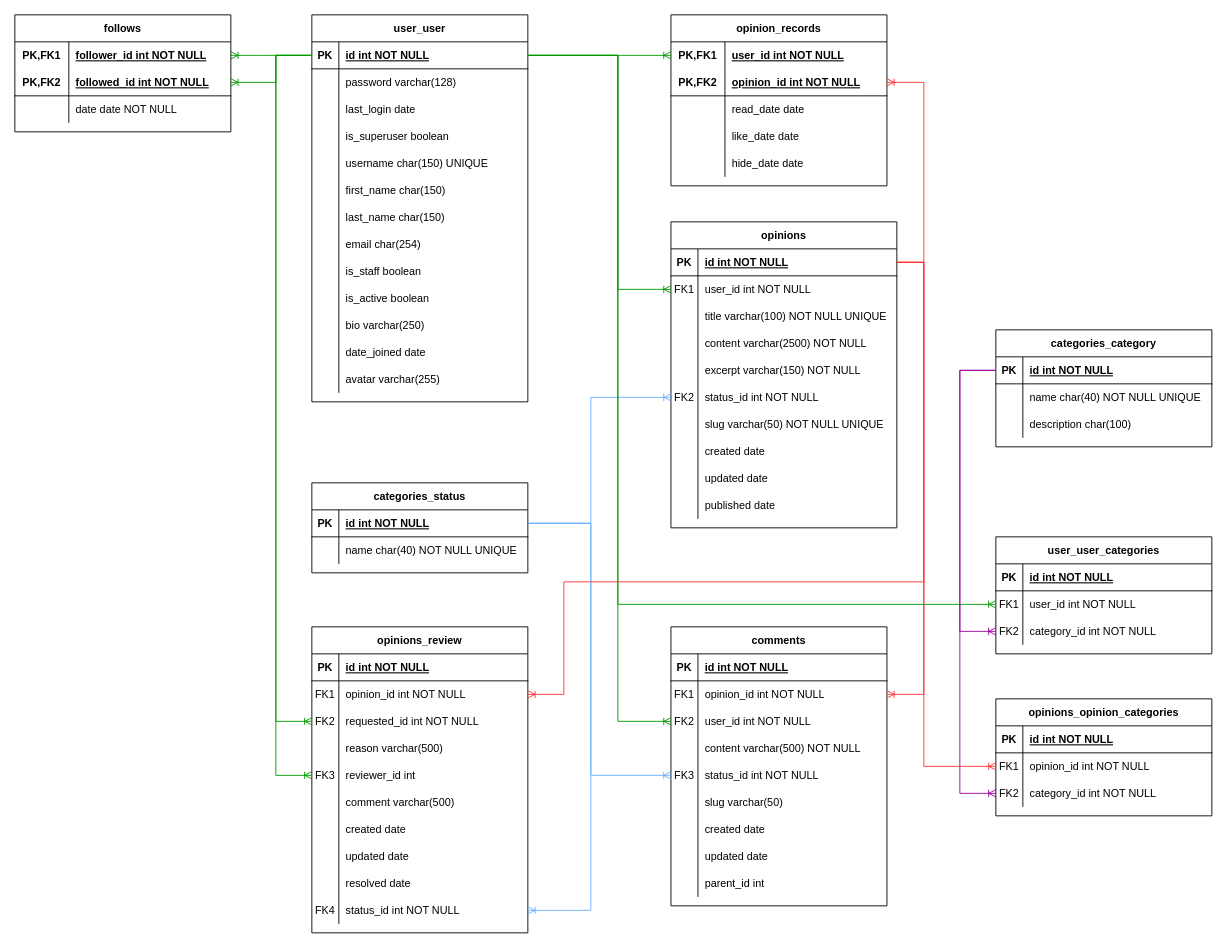
The draw.io diagram page "database-schema" (1 of 14) of doc/design/soapbox.drawio in ibuttimer/soapbox, before the edit. Source tidied: cells renumbered, new cells numbered last; positions are measured from the earlier drawing's top-left corner, leaving out a move shared by most shapes. Both pictures are drawn from the tidied source at 90%, with x=0, y=0 at pixel (14, 14).
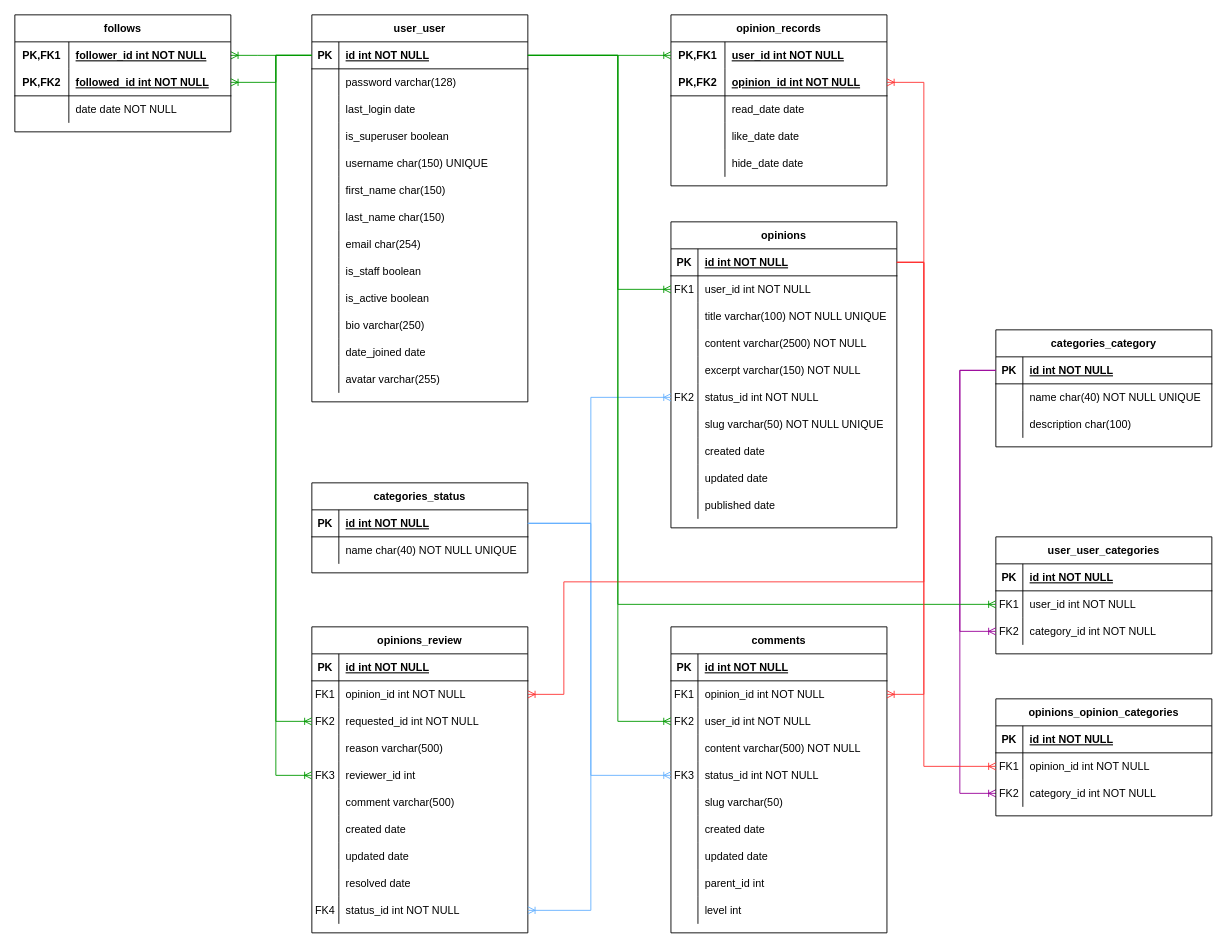
The same diagram, later.

The edit, as a diff of the source:
```diff
@@
     <mxCell id="123" value="comments" style="shape=table;startSize=30;childLayout=tableLayout;rowLines=0;fontStyle=1;align=center;" parent="1" vertex="1">
-      <mxGeometry x="729" y="680" width="240" height="310" as="geometry" />
+      <mxGeometry x="729" y="680" width="240" height="340" as="geometry" />
     </mxCell>
@@
+    <mxCell id="212" style="shape=partialRectangle;fillColor=none;top=0;left=0;right=0;bottom=0;" parent="123" vertex="1">
+      <mxGeometry y="300" width="240" height="30" as="geometry" />
+    </mxCell>
+    <mxCell id="213" style="shape=partialRectangle;overflow=hidden;fillColor=none;top=0;left=0;bottom=0;right=0;" parent="212" vertex="1">
+      <mxGeometry width="30" height="30" as="geometry" />
+    </mxCell>
+    <mxCell id="214" value="level int" style="shape=partialRectangle;overflow=hidden;fillColor=none;top=0;left=0;bottom=0;right=0;align=left;spacingLeft=6;" parent="212" vertex="1">
+      <mxGeometry x="30" width="210" height="30" as="geometry" />
+    </mxCell>
```
